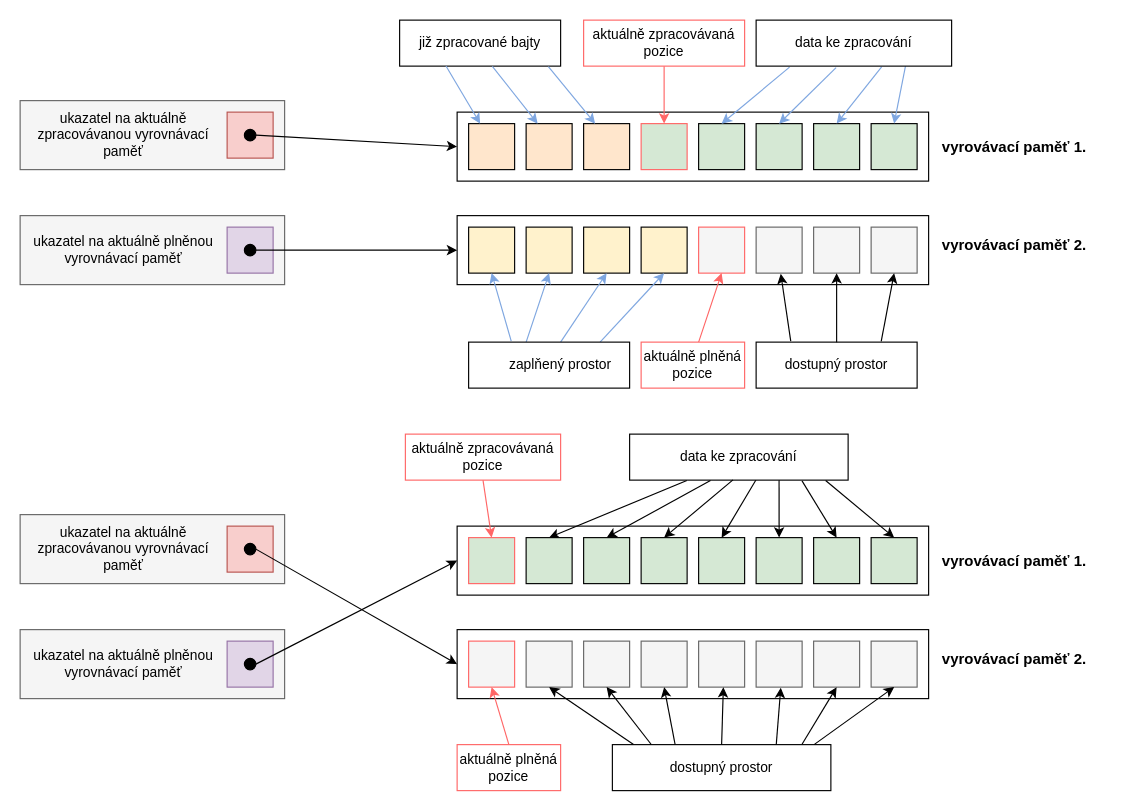
Earlier version of the draw.io diagram diagrams/multiple_buffering/multiple_buffering.drawio (Doly02/thesis). Source tidied: cells renumbered, new cells numbered last; positions are measured from the earlier drawing's top-left corner, leaving out a move shared by most shapes. Both pictures are drawn from the tidied source at 115%, with x=0, y=0 at pixel (20, 20).
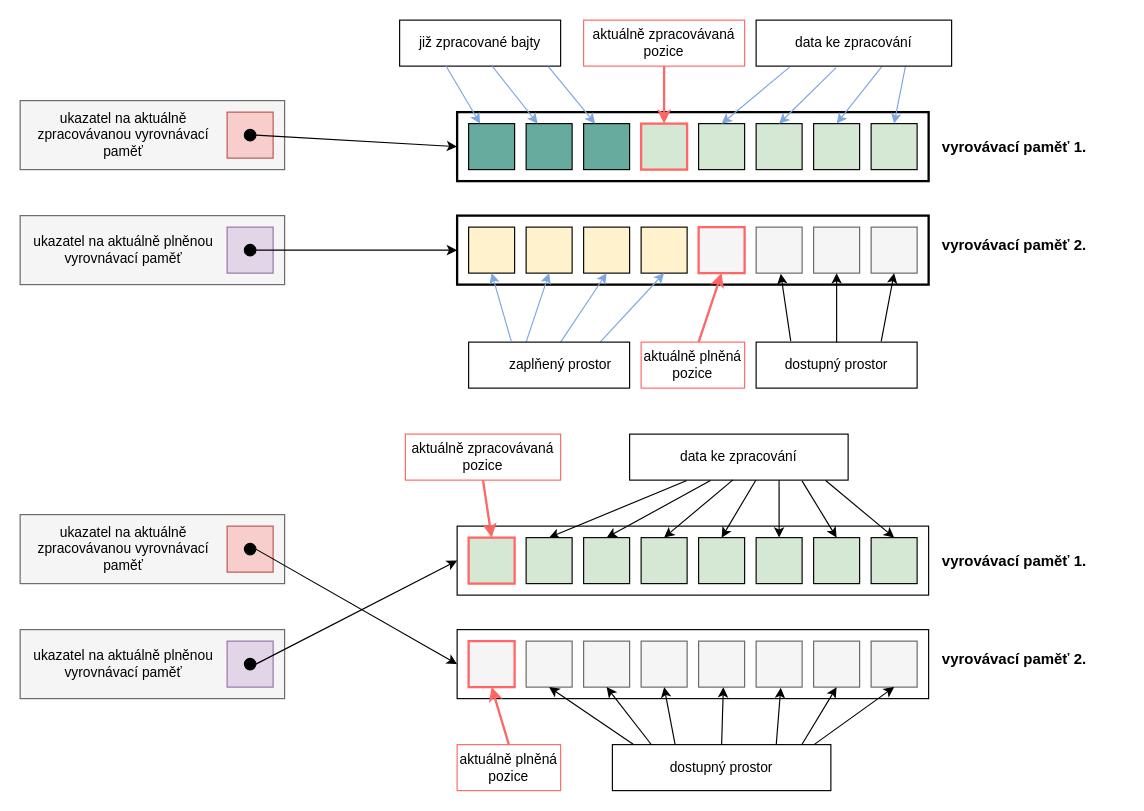
After the change.

Unchanged cells that the change refers to:
```xml
<mxCell id="91" style="rounded=0;whiteSpace=wrap;html=1;strokeColor=#FF6666;" parent="1" vertex="1">
  <mxGeometry x="490" width="140" height="40" as="geometry" />
</mxCell>
<mxCell id="104" value="aktuálně zpracovávaná&lt;div&gt;pozice&lt;/div&gt;" style="text;html=1;align=center;verticalAlign=middle;whiteSpace=wrap;rounded=0;" parent="1" vertex="1">
  <mxGeometry x="335" y="360" width="135" height="40" as="geometry" />
</mxCell>
```

Change to the diagram source:
```diff
@@
-    <mxCell id="3" style="rounded=0;whiteSpace=wrap;html=1;" parent="1" vertex="1">
+    <mxCell id="3" style="rounded=0;whiteSpace=wrap;html=1;strokeWidth=2;" parent="1" vertex="1">
       <mxGeometry x="380" y="170" width="410" height="60" as="geometry" />
     </mxCell>
-    <mxCell id="4" style="rounded=0;whiteSpace=wrap;html=1;fillColor=#fff2cc;strokeColor=#000000;" parent="1" vertex="1">
+    <mxCell id="4" style="rounded=0;whiteSpace=wrap;html=1;fillColor=#fff2cc;strokeColor=#000000;strokeWidth=1;" parent="1" vertex="1">
       <mxGeometry x="390" y="180" width="40" height="40" as="geometry" />
     </mxCell>
@@
-    <mxCell id="8" style="rounded=0;whiteSpace=wrap;html=1;fillColor=#f5f5f5;strokeColor=#FF6666;fontColor=#333333;" parent="1" vertex="1">
+    <mxCell id="8" style="rounded=0;whiteSpace=wrap;html=1;fillColor=#f5f5f5;strokeColor=#FF6666;fontColor=#333333;strokeWidth=2;" parent="1" vertex="1">
       <mxGeometry x="590" y="180" width="40" height="40" as="geometry" />
     </mxCell>
-    <mxCell id="9" style="rounded=0;whiteSpace=wrap;html=1;" parent="1" vertex="1">
+    <mxCell id="9" style="rounded=0;whiteSpace=wrap;html=1;strokeWidth=2;" parent="1" vertex="1">
       <mxGeometry x="380" y="80" width="410" height="60" as="geometry" />
     </mxCell>
@@
-    <mxCell id="13" style="rounded=0;whiteSpace=wrap;html=1;fillColor=#d5e8d4;strokeColor=#FF6666;" parent="1" vertex="1">
+    <mxCell id="13" style="rounded=0;whiteSpace=wrap;html=1;fillColor=#d5e8d4;strokeColor=#FF6666;strokeWidth=2;" parent="1" vertex="1">
       <mxGeometry x="540" y="90" width="40" height="40" as="geometry" />
     </mxCell>
@@
-    <mxCell id="15" style="rounded=0;whiteSpace=wrap;html=1;fillColor=#ffe6cc;strokeColor=#000000;" parent="1" vertex="1">
+    <mxCell id="15" style="rounded=0;whiteSpace=wrap;html=1;fillColor=#67AB9F;strokeColor=#000000;" parent="1" vertex="1">
       <mxGeometry x="440" y="90" width="40" height="40" as="geometry" />
     </mxCell>
-    <mxCell id="16" style="rounded=0;whiteSpace=wrap;html=1;fillColor=#ffe6cc;strokeColor=#000000;" parent="1" vertex="1">
+    <mxCell id="16" style="rounded=0;whiteSpace=wrap;html=1;fillColor=#67AB9F;strokeColor=#000000;" parent="1" vertex="1">
       <mxGeometry x="490" y="90" width="40" height="40" as="geometry" />
     </mxCell>
-    <mxCell id="17" style="rounded=0;whiteSpace=wrap;html=1;fillColor=#ffe6cc;strokeColor=#000000;" parent="1" vertex="1">
+    <mxCell id="17" style="rounded=0;whiteSpace=wrap;html=1;fillColor=#67AB9F;strokeColor=#000000;" parent="1" vertex="1">
       <mxGeometry x="390" y="90" width="40" height="40" as="geometry" />
     </mxCell>
@@
-    <mxCell id="22" style="endArrow=classic;html=1;rounded=0;entryX=0.5;entryY=0;entryDx=0;entryDy=0;fillColor=#dae8fc;strokeColor=#FF6666;exitX=0.5;exitY=1;exitDx=0;exitDy=0;" parent="1" edge="1" source="91" target="13">
+    <mxCell id="22" style="endArrow=classic;html=1;rounded=0;entryX=0.5;entryY=0;entryDx=0;entryDy=0;fillColor=#dae8fc;strokeColor=#FF6666;exitX=0.5;exitY=1;exitDx=0;exitDy=0;strokeWidth=2;" parent="1" edge="1" source="91" target="13">
       <mxGeometry relative="1" as="geometry" />
     </mxCell>
@@
-    <mxCell id="51" style="endArrow=classic;html=1;rounded=0;entryX=0.5;entryY=1;entryDx=0;entryDy=0;strokeColor=#FF6666;" parent="1" edge="1" target="8">
+    <mxCell id="51" style="endArrow=classic;html=1;rounded=0;entryX=0.5;entryY=1;entryDx=0;entryDy=0;strokeColor=#FF6666;strokeWidth=2;" parent="1" edge="1" target="8">
       <mxGeometry relative="1" as="geometry">
         <mxPoint x="590" y="280" as="sourcePoint" />
       </mxGeometry>
     </mxCell>
@@
-    <mxCell id="63" style="endArrow=classic;html=1;rounded=0;entryX=0.5;entryY=0;entryDx=0;entryDy=0;fillColor=#f8cecc;strokeColor=#FF6666;exitX=0.5;exitY=1;exitDx=0;exitDy=0;" parent="1" edge="1" source="104" target="105">
+    <mxCell id="63" style="endArrow=classic;html=1;rounded=0;entryX=0.5;entryY=0;entryDx=0;entryDy=0;fillColor=#f8cecc;strokeColor=#FF6666;exitX=0.5;exitY=1;exitDx=0;exitDy=0;strokeWidth=2;" parent="1" edge="1" source="104" target="105">
       <mxGeometry relative="1" as="geometry" />
     </mxCell>
@@
-    <mxCell id="83" style="endArrow=classic;html=1;rounded=0;entryX=0.5;entryY=1;entryDx=0;entryDy=0;fillColor=#f8cecc;strokeColor=#FF6666;exitX=0.5;exitY=0;exitDx=0;exitDy=0;" parent="1" edge="1" source="98">
+    <mxCell id="83" style="endArrow=classic;html=1;rounded=0;entryX=0.5;entryY=1;entryDx=0;entryDy=0;fillColor=#f8cecc;strokeColor=#FF6666;exitX=0.5;exitY=0;exitDx=0;exitDy=0;strokeWidth=2;" parent="1" edge="1" source="98">
       <mxGeometry relative="1" as="geometry">
         <mxPoint x="410" y="580" as="targetPoint" />
       </mxGeometry>
     </mxCell>
@@
-    <mxCell id="93" style="rounded=0;whiteSpace=wrap;html=1;fillColor=#f5f5f5;strokeColor=#FF6666;fontColor=#333333;" parent="1" vertex="1">
+    <mxCell id="93" style="rounded=0;whiteSpace=wrap;html=1;fillColor=#f5f5f5;strokeColor=#FF6666;fontColor=#333333;strokeWidth=2;" parent="1" vertex="1">
       <mxGeometry x="390" y="540" width="40" height="40" as="geometry" />
     </mxCell>
@@
-    <mxCell id="98" value="aktuálně plněná&lt;div&gt;pozice&lt;/div&gt;" style="text;html=1;align=center;verticalAlign=middle;whiteSpace=wrap;rounded=0;" parent="1" vertex="1">
+    <mxCell id="98" value="aktuálně plněná&lt;div&gt;pozice&lt;/div&gt;" style="text;html=1;align=center;verticalAlign=middle;whiteSpace=wrap;rounded=0;strokeWidth=2;strokeColor=none;" parent="1" vertex="1">
       <mxGeometry x="380" y="630" width="90" height="40" as="geometry" />
     </mxCell>
@@
-    <mxCell id="105" style="rounded=0;whiteSpace=wrap;html=1;fillColor=#d5e8d4;strokeColor=#FF6666;" parent="1" vertex="1">
+    <mxCell id="105" style="rounded=0;whiteSpace=wrap;html=1;fillColor=#d5e8d4;strokeColor=#FF6666;strokeWidth=2;" parent="1" vertex="1">
       <mxGeometry x="390" y="450" width="40" height="40" as="geometry" />
     </mxCell>
```
